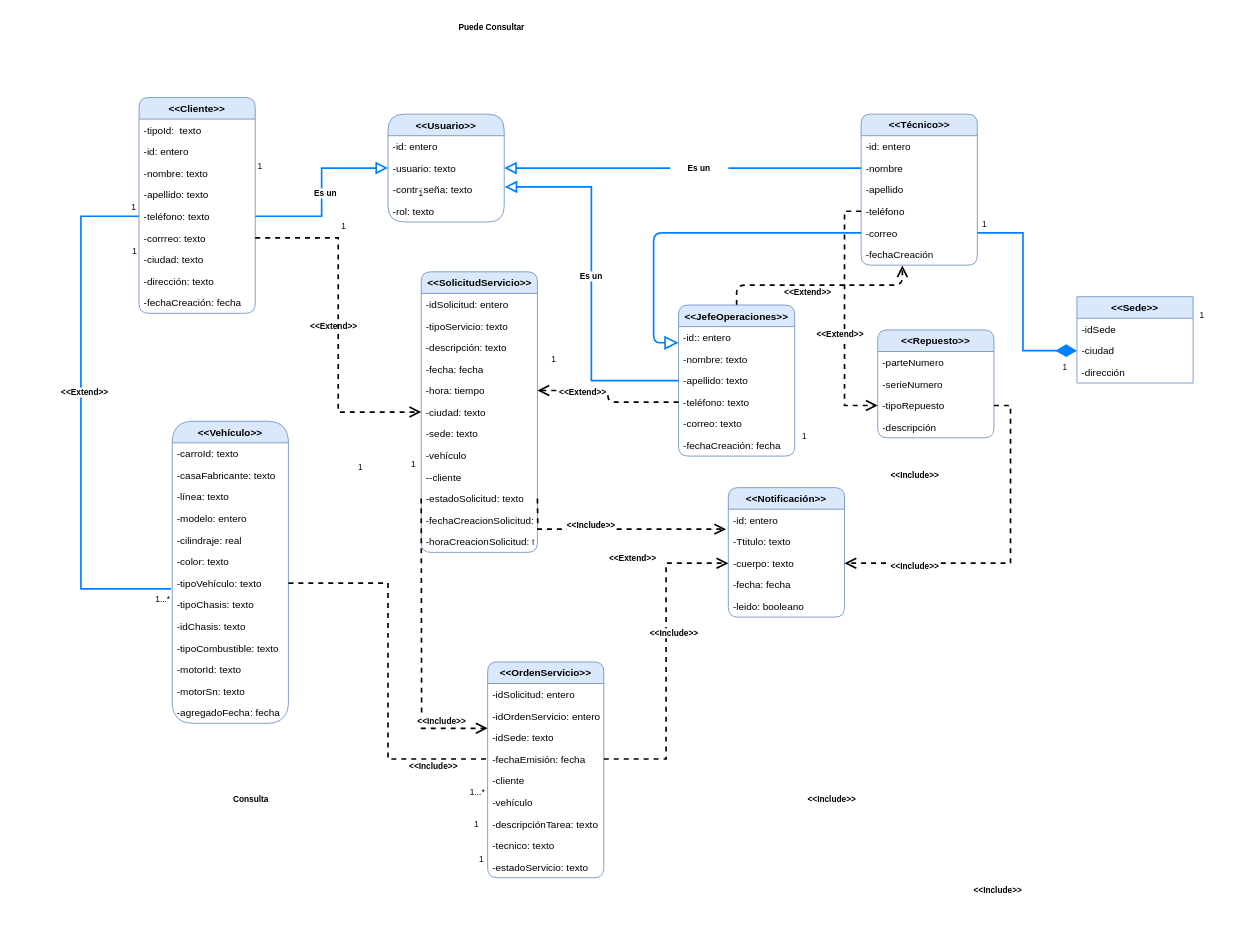
Earlier version of the draw.io diagram Diagrama_sima.drawio (Equipo9-G10/sima). Source tidied: cells renumbered, new cells numbered last; positions are measured from the earlier drawing's top-left corner, leaving out a move shared by most shapes. Both pictures are drawn from the tidied source at 83%, with x=0, y=0 at pixel (56, 14).
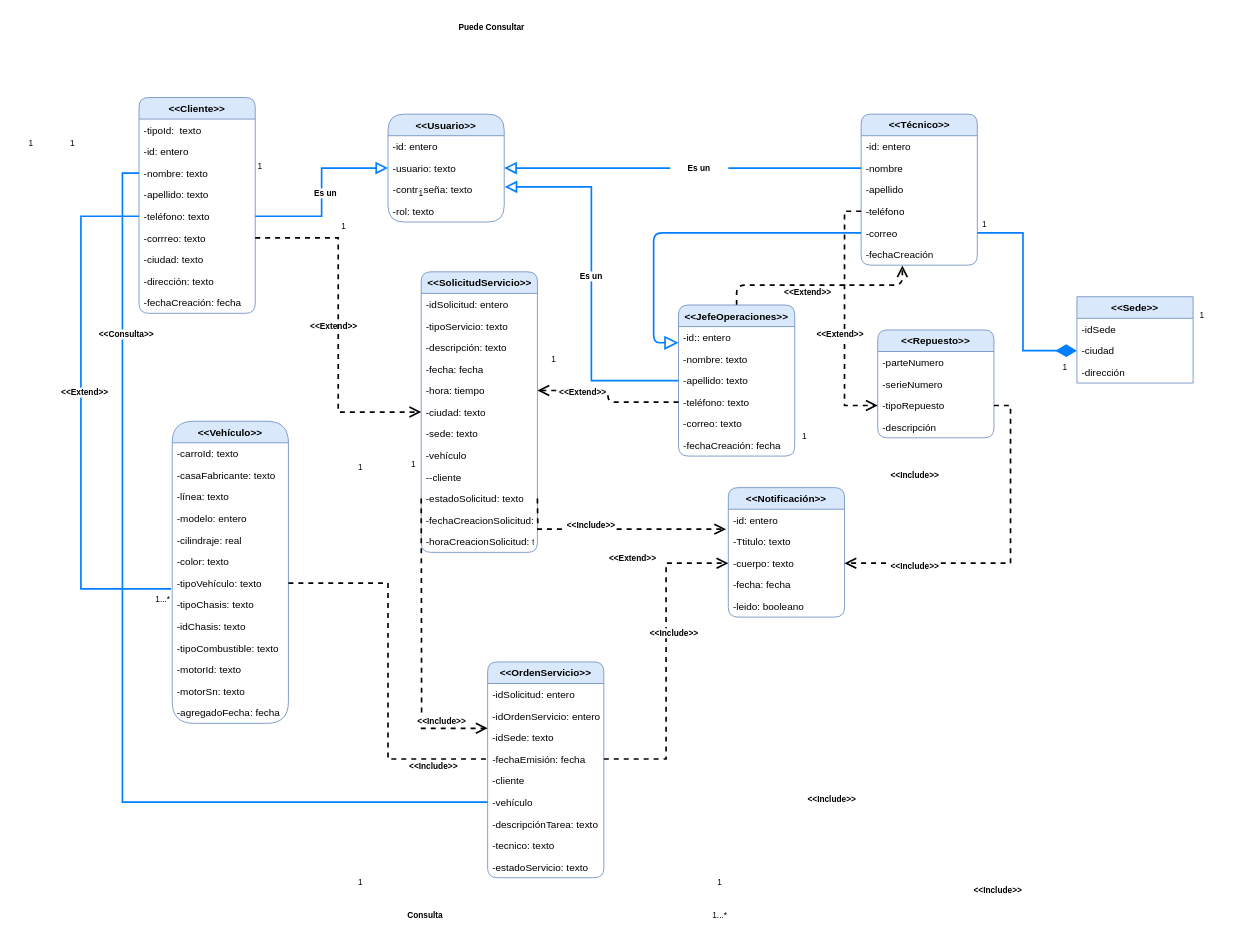
The same diagram, later.

The change refers to these unchanged cells:
```xml
<mxCell id="5" value="-nombre: texto" style="text;strokeColor=none;fillColor=none;align=left;verticalAlign=top;spacingLeft=4;spacingRight=4;overflow=hidden;points=[[0,0.5],[1,0.5]];portConstraint=eastwest;rounded=1;" parent="2" vertex="1">
  <mxGeometry y="78" width="140" height="26" as="geometry" />
</mxCell>
<mxCell id="71" value="-vehículo" style="text;strokeColor=none;fillColor=none;align=left;verticalAlign=top;spacingLeft=4;spacingRight=4;overflow=hidden;points=[[0,0.5],[1,0.5]];portConstraint=eastwest;fontSize=12;" parent="65" vertex="1">
  <mxGeometry y="156" width="140" height="26" as="geometry" />
</mxCell>
```

The edit, as a diff of the source:
```diff
@@
     <mxCell id="48" value="1" style="text;html=1;strokeColor=none;fillColor=none;align=center;verticalAlign=middle;whiteSpace=wrap;rounded=0;labelBackgroundColor=default;fontSize=10;" parent="1" vertex="1">
-      <mxGeometry x="75" y="270" width="40" height="30" as="geometry" />
+      <mxGeometry y="140" width="40" height="30" as="geometry" />
     </mxCell>
     <mxCell id="49" value="1" style="text;html=1;strokeColor=none;fillColor=none;align=center;verticalAlign=middle;whiteSpace=wrap;rounded=0;labelBackgroundColor=default;fontSize=10;fontStyle=0;" parent="1" vertex="1">
-      <mxGeometry x="74" y="217" width="40" height="30" as="geometry" />
+      <mxGeometry x="-50" y="140" width="40" height="30" as="geometry" />
     </mxCell>
@@
     <mxCell id="92" value="1...*" style="text;html=1;strokeColor=none;fillColor=none;align=center;verticalAlign=middle;whiteSpace=wrap;rounded=0;labelBackgroundColor=default;fontSize=10;fontStyle=0;" parent="1" vertex="1">
-      <mxGeometry x="488" y="922" width="40" height="30" as="geometry" />
+      <mxGeometry x="780" y="1070" width="40" height="30" as="geometry" />
     </mxCell>
     <mxCell id="93" value="1" style="text;html=1;strokeColor=none;fillColor=none;align=center;verticalAlign=middle;whiteSpace=wrap;rounded=0;labelBackgroundColor=default;fontSize=10;fontStyle=0;" parent="1" vertex="1">
-      <mxGeometry x="493" y="1003" width="40" height="30" as="geometry" />
+      <mxGeometry x="780" y="1030" width="40" height="30" as="geometry" />
     </mxCell>
     <mxCell id="94" value="Consulta" style="rounded=1;fontSize=10;strokeColor=none;fillColor=none;fontStyle=1;labelBackgroundColor=default;html=1;whiteSpace=wrap;" parent="1" vertex="1">
-      <mxGeometry x="200" y="930" width="70" height="30" as="geometry" />
+      <mxGeometry x="410" y="1070" width="70" height="30" as="geometry" />
     </mxCell>
@@
     <mxCell id="121" value="1" style="text;html=1;strokeColor=none;fillColor=none;align=center;verticalAlign=middle;whiteSpace=wrap;rounded=0;labelBackgroundColor=default;fontSize=10;" parent="1" vertex="1">
-      <mxGeometry x="490" y="960" width="34" height="30" as="geometry" />
+      <mxGeometry x="350" y="1030" width="34" height="30" as="geometry" />
     </mxCell>
@@
+    <mxCell id="134" style="edgeStyle=orthogonalEdgeStyle;rounded=0;jettySize=auto;html=1;exitX=0;exitY=0.5;exitDx=0;exitDy=0;entryX=0;entryY=0.5;entryDx=0;entryDy=0;endArrow=none;endFill=0;endSize=10;strokeColor=#007FFF;strokeWidth=2;" parent="1" edge="1" source="5" target="71">
+      <mxGeometry relative="1" as="geometry" />
+    </mxCell>
+    <mxCell id="135" value="&amp;lt;&amp;lt;Consulta&amp;gt;&amp;gt;" style="rounded=1;fontSize=10;strokeColor=none;fillColor=none;fontStyle=1;labelBackgroundColor=default;html=1;whiteSpace=wrap;" parent="1" vertex="1">
+      <mxGeometry x="50" y="370" width="70" height="30" as="geometry" />
+    </mxCell>
```
